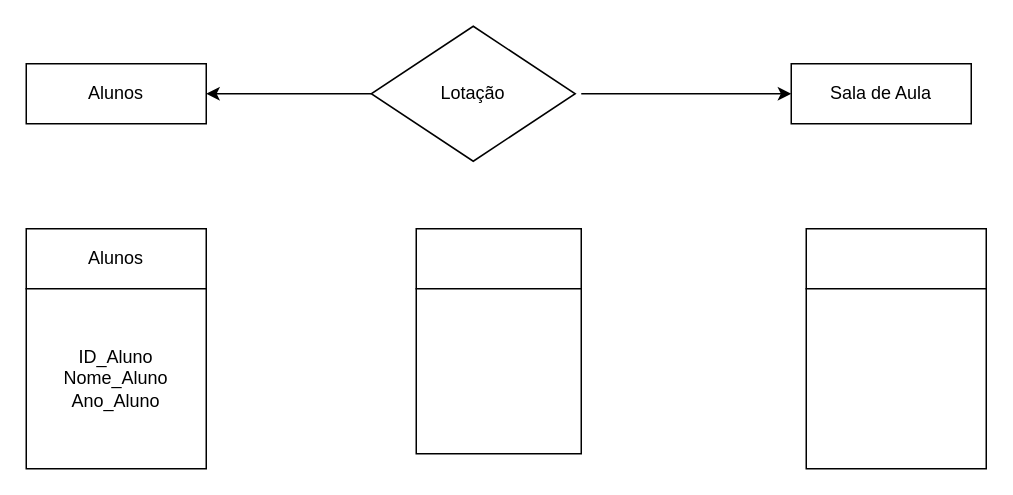
Before: Atividade final UC2/Diagrama Modelagem de dados/Diagrama alunolotação.drawio in geangela07/Atividades, a draw.io diagram. Source tidied: cells renumbered, new cells numbered last; positions are measured from the earlier drawing's top-left corner, leaving out a move shared by most shapes. Both pictures are drawn from the tidied source at 150%, with x=0, y=0 at pixel (26, 26).
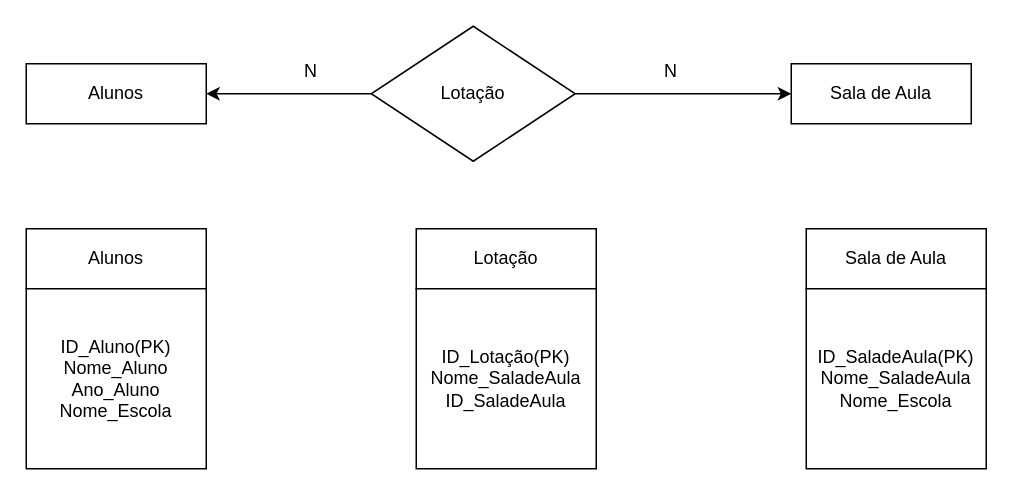
The same diagram, later.

The edit, as a diff of the source:
```diff
@@
 <mxGraphModel>
   <root>
     <mxCell id="0" />
     <mxCell id="1" parent="0" />
     <mxCell id="2" value="Alunos" style="rounded=0;whiteSpace=wrap;html=1;" parent="1" vertex="1">
       <mxGeometry y="25" width="120" height="40" as="geometry" />
     </mxCell>
     <mxCell id="3" value="Lotação" style="rhombus;whiteSpace=wrap;html=1;" parent="1" vertex="1">
       <mxGeometry x="230" width="136" height="90" as="geometry" />
     </mxCell>
     <mxCell id="4" value="Sala de Aula" style="rounded=0;whiteSpace=wrap;html=1;" parent="1" vertex="1">
       <mxGeometry x="510" y="25" width="120" height="40" as="geometry" />
     </mxCell>
     <mxCell id="5" style="endArrow=classic;html=1;rounded=0;entryX=1;entryY=0.5;entryDx=0;entryDy=0;exitX=0;exitY=0.5;exitDx=0;exitDy=0;" parent="1" edge="1" source="3" target="2">
       <mxGeometry relative="1" as="geometry" />
     </mxCell>
-    <mxCell id="6" style="endArrow=classic;html=1;rounded=0;entryX=0;entryY=0.5;entryDx=0;entryDy=0;" parent="1" edge="1" target="4">
-      <mxGeometry relative="1" as="geometry">
-        <mxPoint x="370" y="45" as="sourcePoint" />
-      </mxGeometry>
-    </mxCell>
     <mxCell id="7" value="Alunos" style="rounded=0;whiteSpace=wrap;html=1;" parent="1" vertex="1">
       <mxGeometry y="135" width="120" height="40" as="geometry" />
     </mxCell>
-    <mxCell id="8" value="ID_Aluno&lt;br&gt;Nome_Aluno&lt;br&gt;Ano_Aluno" style="whiteSpace=wrap;html=1;" parent="1" vertex="1">
+    <mxCell id="8" value="ID_Aluno(PK)&lt;br&gt;Nome_Aluno&lt;br&gt;Ano_Aluno&lt;br&gt;Nome_Escola" style="whiteSpace=wrap;html=1;" parent="1" vertex="1">
       <mxGeometry y="175" width="120" height="120" as="geometry" />
     </mxCell>
-    <mxCell id="9" style="rounded=0;whiteSpace=wrap;html=1;" parent="1" vertex="1">
-      <mxGeometry x="260" y="135" width="110" height="40" as="geometry" />
+    <mxCell id="9" value="Lotação" style="rounded=0;whiteSpace=wrap;html=1;" parent="1" vertex="1">
+      <mxGeometry x="260" y="135" width="120" height="40" as="geometry" />
     </mxCell>
-    <mxCell id="10" style="whiteSpace=wrap;html=1;" parent="1" vertex="1">
-      <mxGeometry x="260" y="175" width="110" height="110" as="geometry" />
+    <mxCell id="10" value="ID_Lotação(PK)&lt;br&gt;Nome_SaladeAula&lt;br&gt;ID_SaladeAula" style="whiteSpace=wrap;html=1;" parent="1" vertex="1">
+      <mxGeometry x="260" y="175" width="120" height="120" as="geometry" />
     </mxCell>
-    <mxCell id="11" style="rounded=0;whiteSpace=wrap;html=1;" parent="1" vertex="1">
+    <mxCell id="11" value="Sala de Aula" style="rounded=0;whiteSpace=wrap;html=1;" parent="1" vertex="1">
       <mxGeometry x="520" y="135" width="120" height="40" as="geometry" />
     </mxCell>
-    <mxCell id="12" style="whiteSpace=wrap;html=1;" parent="1" vertex="1">
+    <mxCell id="12" value="ID_SaladeAula(PK)&lt;br&gt;Nome_SaladeAula&lt;br&gt;Nome_Escola" style="whiteSpace=wrap;html=1;" parent="1" vertex="1">
       <mxGeometry x="520" y="175" width="120" height="120" as="geometry" />
     </mxCell>
+    <mxCell id="13" value="N" style="text;html=1;strokeColor=none;fillColor=none;align=center;verticalAlign=middle;whiteSpace=wrap;rounded=0;" parent="1" vertex="1">
+      <mxGeometry x="160" y="15" width="60" height="30" as="geometry" />
+    </mxCell>
+    <mxCell id="14" value="N" style="text;html=1;strokeColor=none;fillColor=none;align=center;verticalAlign=middle;whiteSpace=wrap;rounded=0;" parent="1" vertex="1">
+      <mxGeometry x="400" y="15" width="60" height="30" as="geometry" />
+    </mxCell>
+    <mxCell id="15" style="endArrow=classic;html=1;rounded=0;exitX=1;exitY=0.5;exitDx=0;exitDy=0;entryX=0;entryY=0.5;entryDx=0;entryDy=0;" parent="1" edge="1" source="3" target="4">
+      <mxGeometry relative="1" as="geometry" />
+    </mxCell>
   </root>
 </mxGraphModel>
```
